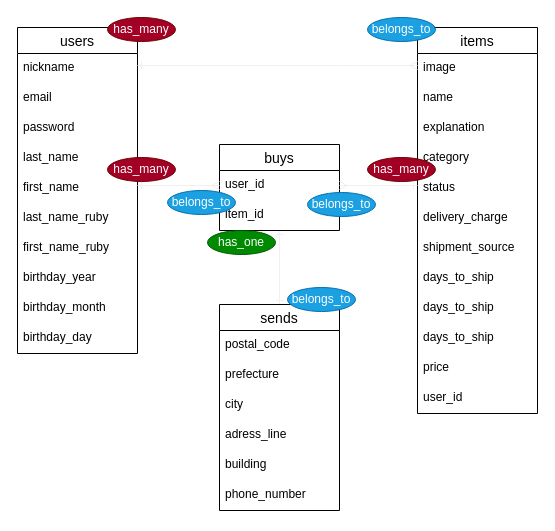
Earlier version of the draw.io diagram ER図.dio (horihory/furima-37320). Source tidied: cells renumbered, new cells numbered last; positions are measured from the earlier drawing's top-left corner, leaving out a move shared by most shapes. Both pictures are drawn from the tidied source at 100%, with x=0, y=0 at pixel (17, 17).
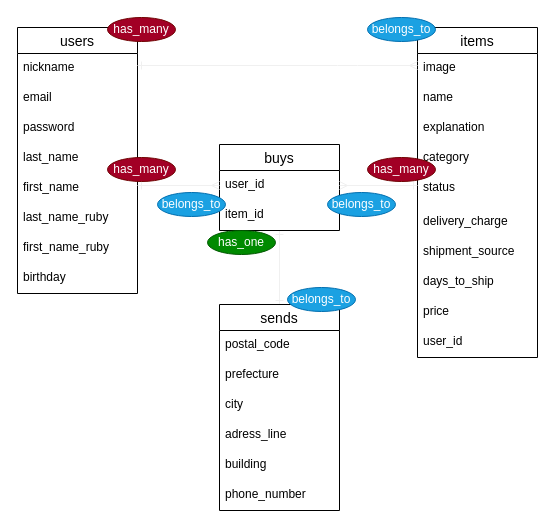
Above is the later version.

Commit message (it also covers changes not shown here):
READMEにDB設計を記述

Change to the diagram source:
```diff
@@
     <mxCell id="2" value="users" style="swimlane;fontStyle=0;horizontal=1;startSize=26;align=center;fontSize=14;" parent="1" vertex="1">
-      <mxGeometry y="10" width="120" height="326" as="geometry" />
+      <mxGeometry y="10" width="120" height="266" as="geometry" />
     </mxCell>
@@
-    <mxCell id="10" value="birthday_year" style="text;strokeColor=none;fillColor=none;spacingLeft=4;spacingRight=4;overflow=hidden;fontSize=12;" parent="2" vertex="1">
+    <mxCell id="10" value="birthday" style="text;strokeColor=none;fillColor=none;spacingLeft=4;spacingRight=4;overflow=hidden;fontSize=12;" parent="2" vertex="1">
       <mxGeometry y="236" width="120" height="30" as="geometry" />
     </mxCell>
-    <mxCell id="11" value="birthday_month" style="text;strokeColor=none;fillColor=none;spacingLeft=4;spacingRight=4;overflow=hidden;fontSize=12;" parent="2" vertex="1">
-      <mxGeometry y="266" width="120" height="30" as="geometry" />
-    </mxCell>
-    <mxCell id="12" value="birthday_day" style="text;strokeColor=none;fillColor=none;spacingLeft=4;spacingRight=4;overflow=hidden;fontSize=12;" parent="2" vertex="1">
-      <mxGeometry y="296" width="120" height="30" as="geometry" />
-    </mxCell>
     <mxCell id="13" value="items" style="swimlane;fontStyle=0;horizontal=1;startSize=26;align=center;fontSize=14;" parent="1" vertex="1">
-      <mxGeometry x="400" y="10" width="120" height="386" as="geometry" />
+      <mxGeometry x="400" y="10" width="120" height="330" as="geometry" />
     </mxCell>
@@
     <mxCell id="18" value="status" style="text;strokeColor=none;fillColor=none;spacingLeft=4;spacingRight=4;overflow=hidden;fontSize=12;" parent="13" vertex="1">
-      <mxGeometry y="146" width="120" height="30" as="geometry" />
+      <mxGeometry y="146" width="120" height="34" as="geometry" />
     </mxCell>
     <mxCell id="19" value="delivery_charge" style="text;strokeColor=none;fillColor=none;spacingLeft=4;spacingRight=4;overflow=hidden;fontSize=12;" parent="13" vertex="1">
-      <mxGeometry y="176" width="120" height="30" as="geometry" />
+      <mxGeometry y="180" width="120" height="30" as="geometry" />
     </mxCell>
     <mxCell id="20" value="shipment_source" style="text;strokeColor=none;fillColor=none;spacingLeft=4;spacingRight=4;overflow=hidden;fontSize=12;" parent="13" vertex="1">
-      <mxGeometry y="206" width="120" height="30" as="geometry" />
+      <mxGeometry y="210" width="120" height="30" as="geometry" />
     </mxCell>
     <mxCell id="21" value="days_to_ship" style="text;strokeColor=none;fillColor=none;spacingLeft=4;spacingRight=4;overflow=hidden;fontSize=12;" parent="13" vertex="1">
-      <mxGeometry y="236" width="120" height="30" as="geometry" />
+      <mxGeometry y="240" width="120" height="30" as="geometry" />
     </mxCell>
-    <mxCell id="22" value="days_to_ship" style="text;strokeColor=none;fillColor=none;spacingLeft=4;spacingRight=4;overflow=hidden;fontSize=12;" parent="13" vertex="1">
-      <mxGeometry y="266" width="120" height="30" as="geometry" />
-    </mxCell>
-    <mxCell id="23" value="days_to_ship" style="text;strokeColor=none;fillColor=none;spacingLeft=4;spacingRight=4;overflow=hidden;fontSize=12;" parent="13" vertex="1">
-      <mxGeometry y="296" width="120" height="30" as="geometry" />
-    </mxCell>
     <mxCell id="24" value="price" style="text;strokeColor=none;fillColor=none;spacingLeft=4;spacingRight=4;overflow=hidden;fontSize=12;" parent="13" vertex="1">
-      <mxGeometry y="326" width="120" height="30" as="geometry" />
+      <mxGeometry y="270" width="120" height="30" as="geometry" />
     </mxCell>
     <mxCell id="25" value="user_id" style="text;strokeColor=none;fillColor=none;spacingLeft=4;spacingRight=4;overflow=hidden;fontSize=12;" parent="13" vertex="1">
-      <mxGeometry y="356" width="120" height="30" as="geometry" />
+      <mxGeometry y="300" width="120" height="30" as="geometry" />
     </mxCell>
@@
     <mxCell id="43" value="belongs_to" style="ellipse;whiteSpace=wrap;html=1;align=center;fontStyle=0;fillColor=#1ba1e2;fontColor=#ffffff;strokeColor=#006EAF;" parent="1" vertex="1">
-      <mxGeometry x="290" y="175" width="68" height="24" as="geometry" />
+      <mxGeometry x="310" y="175" width="68" height="24" as="geometry" />
     </mxCell>
     <mxCell id="44" value="belongs_to" style="ellipse;whiteSpace=wrap;html=1;align=center;fontStyle=0;fillColor=#1ba1e2;fontColor=#ffffff;strokeColor=#006EAF;" parent="1" vertex="1">
-      <mxGeometry x="150" y="173" width="68" height="24" as="geometry" />
+      <mxGeometry x="140" y="175" width="68" height="24" as="geometry" />
     </mxCell>
```
